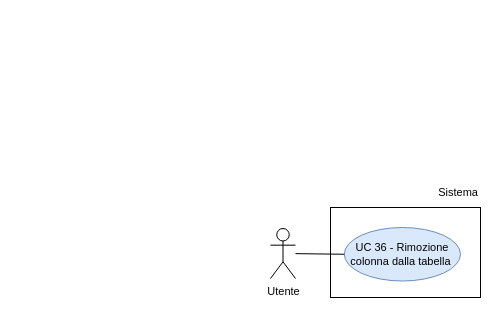
Before: RTB/doc_esterna/analisi-dei-requisiti/assets/draw.io/UC36.drawio in thebitless-group-swe/thebitless.github.io, a draw.io diagram. Source tidied: cells renumbered, new cells numbered last; positions are measured from the earlier drawing's top-left corner, leaving out a move shared by most shapes. Both pictures are drawn from the tidied source at 100%, with x=0, y=0 at pixel (270, 177).
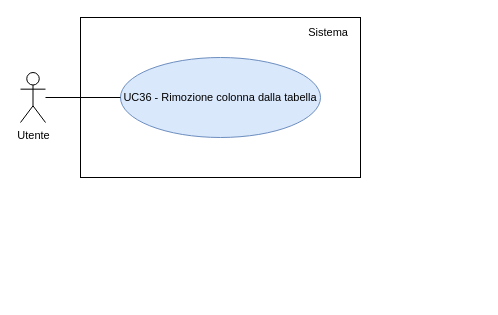
Above is the later version.

What changed in the source:
```diff
@@
 <mxGraphModel>
   <root>
     <mxCell id="0" />
     <mxCell id="1" parent="0" />
     <mxCell id="2" value="Utente" style="shape=umlActor;verticalLabelPosition=bottom;verticalAlign=top;html=1;outlineConnect=0;fontSize=11;" parent="1" vertex="1">
-      <mxGeometry y="51" width="25" height="50" as="geometry" />
+      <mxGeometry x="-250" y="-105" width="25" height="50" as="geometry" />
     </mxCell>
-    <mxCell id="3" style="rounded=0;whiteSpace=wrap;html=1;strokeWidth=1;" parent="1" vertex="1">
-      <mxGeometry x="60" y="30" width="150" height="90" as="geometry" />
-    </mxCell>
+    <mxCell id="8" style="rounded=0;whiteSpace=wrap;html=1;strokeWidth=1;" parent="1" vertex="1">
+      <mxGeometry x="-190" y="-160" width="280" height="160" as="geometry" />
+    </mxCell>
     <mxCell id="4" value="Sistema" style="text;html=1;whiteSpace=wrap;strokeColor=none;fillColor=none;align=right;verticalAlign=middle;fontSize=11;" parent="1" vertex="1">
-      <mxGeometry x="150" width="60" height="30" as="geometry" />
+      <mxGeometry x="10" y="-155" width="70" height="20" as="geometry" />
     </mxCell>
-    <mxCell id="5" value="UC 36 - Rimozione colonna dalla tabella&amp;nbsp;" style="ellipse;whiteSpace=wrap;html=1;fillColor=#dae8fc;strokeColor=#6c8ebf;fontSize=11;spacingBottom=0;spacingLeft=0;" parent="1" vertex="1">
-      <mxGeometry x="73.8" y="50" width="116.2" height="53.5" as="geometry" />
-    </mxCell>
-    <mxCell id="6" style="edgeStyle=none;rounded=0;jettySize=auto;html=1;endArrow=none;endFill=0;" parent="1" edge="1" source="2" target="5">
-      <mxGeometry relative="1" as="geometry" />
-    </mxCell>
-    <mxCell id="7" style="edgeStyle=orthogonalEdgeStyle;rounded=0;orthogonalLoop=1;jettySize=auto;html=1;exitX=0.5;exitY=1;exitDx=0;exitDy=0;" parent="1" edge="1" source="4" target="4">
-      <mxGeometry relative="1" as="geometry" />
-    </mxCell>
+    <mxCell id="9" value="UC36 - Rimozione colonna dalla tabella" style="ellipse;whiteSpace=wrap;html=1;fillColor=#dae8fc;strokeColor=#6c8ebf;fontSize=11;" parent="1" vertex="1">
+      <mxGeometry x="-150" y="-120" width="200" height="80" as="geometry" />
+    </mxCell>
+    <mxCell id="10" style="edgeStyle=none;rounded=0;jettySize=auto;html=1;endArrow=none;endFill=0;" parent="1" edge="1" source="2" target="9">
+      <mxGeometry relative="1" as="geometry" />
+    </mxCell>
   </root>
 </mxGraphModel>
```
